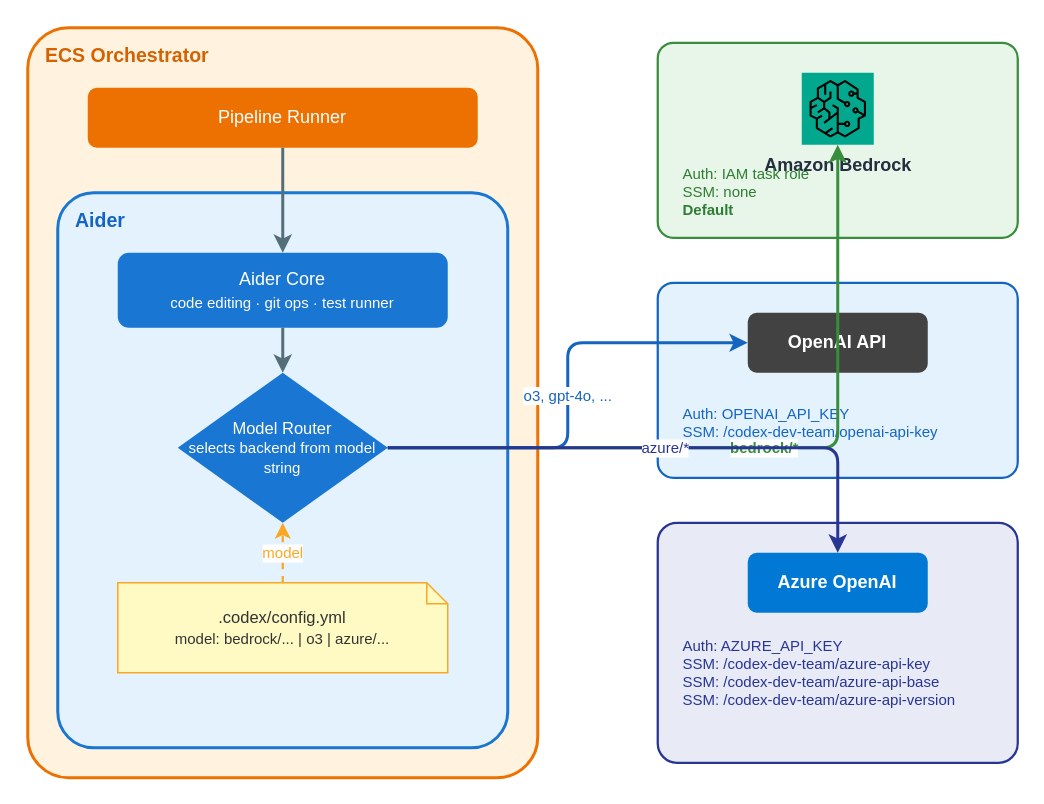
Earlier version of the draw.io diagram docs/llm-backends.drawio (typekpb/devless). Source tidied: cells renumbered, new cells numbered last; positions are measured from the earlier drawing's top-left corner, leaving out a move shared by most shapes. Both pictures are drawn from the tidied source at 150%, with x=0, y=0 at pixel (27, 27).
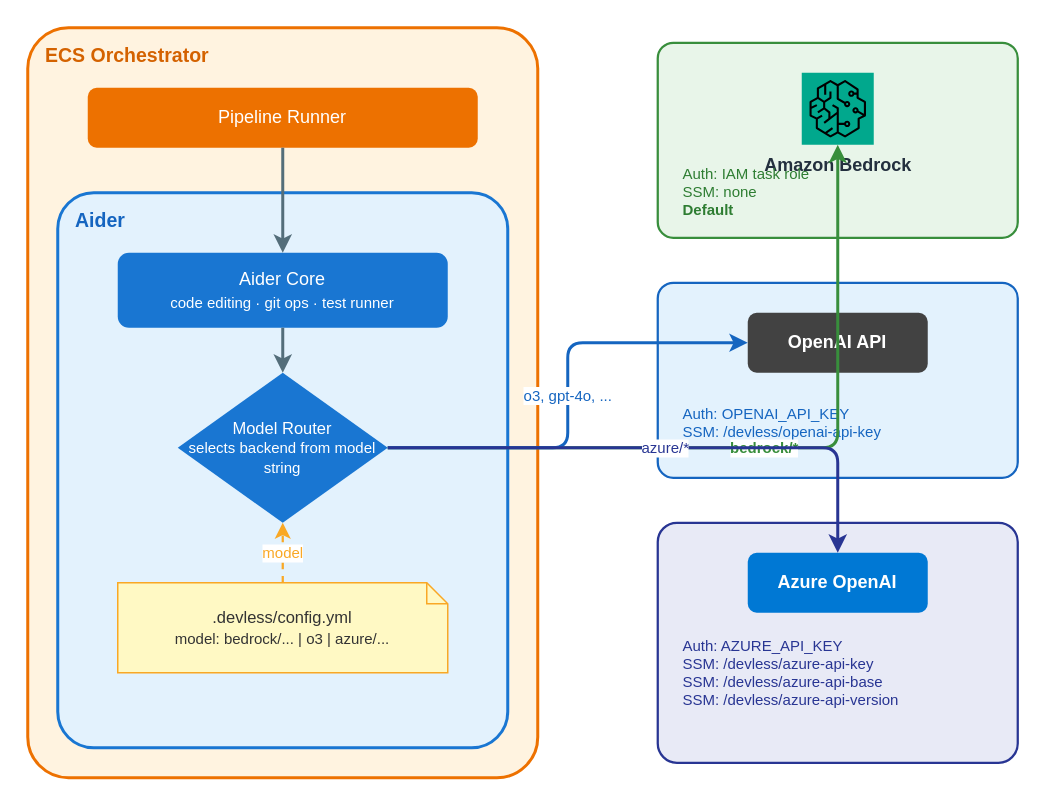
The same diagram, later.

The edit, as a diff of the source:
```diff
@@
-    <mxCell id="7" value=".codex/config.yml&lt;br&gt;&lt;font style=&quot;font-size:10px&quot;&gt;model: bedrock/... | o3 | azure/...&lt;/font&gt;" style="shape=note;whiteSpace=wrap;html=1;size=14;fillColor=#FFF9C4;strokeColor=#F9A825;fontSize=11;fontStyle=0;fontColor=#333;" parent="1" vertex="1">
+    <mxCell id="7" value=".devless/config.yml&lt;br&gt;&lt;font style=&quot;font-size:10px&quot;&gt;model: bedrock/... | o3 | azure/...&lt;/font&gt;" style="shape=note;whiteSpace=wrap;html=1;size=14;fillColor=#FFF9C4;strokeColor=#F9A825;fontSize=11;fontStyle=0;fontColor=#333;" parent="1" vertex="1">
       <mxGeometry x="60" y="370" width="220" height="60" as="geometry" />
     </mxCell>
@@
-    <mxCell id="13" value="Auth: OPENAI_API_KEY&lt;br&gt;SSM: /codex-dev-team/openai-api-key" style="text;html=1;fontSize=10;fontColor=#1565C0;align=left;verticalAlign=top;" parent="1" vertex="1">
+    <mxCell id="13" value="Auth: OPENAI_API_KEY&lt;br&gt;SSM: /devless/openai-api-key" style="text;html=1;fontSize=10;fontColor=#1565C0;align=left;verticalAlign=top;" parent="1" vertex="1">
       <mxGeometry x="435" y="245" width="220" height="40" as="geometry" />
     </mxCell>
@@
-    <mxCell id="16" value="Auth: AZURE_API_KEY&lt;br&gt;SSM: /codex-dev-team/azure-api-key&lt;br&gt;SSM: /codex-dev-team/azure-api-base&lt;br&gt;SSM: /codex-dev-team/azure-api-version" style="text;html=1;fontSize=10;fontColor=#283593;align=left;verticalAlign=top;" parent="1" vertex="1">
+    <mxCell id="16" value="Auth: AZURE_API_KEY&lt;br&gt;SSM: /devless/azure-api-key&lt;br&gt;SSM: /devless/azure-api-base&lt;br&gt;SSM: /devless/azure-api-version" style="text;html=1;fontSize=10;fontColor=#283593;align=left;verticalAlign=top;" parent="1" vertex="1">
       <mxGeometry x="435" y="400" width="220" height="60" as="geometry" />
     </mxCell>
```
